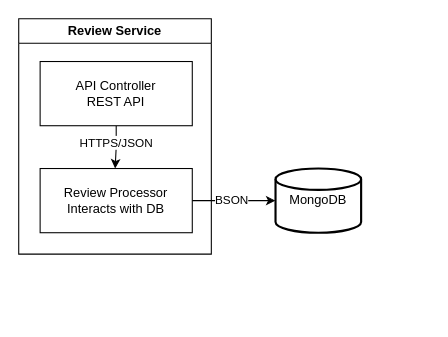
Earlier version of the draw.io diagram page "Review" (7 of 11) of ABC C1.drawio (IlyaMoskva/diagrams). Source tidied: cells renumbered, new cells numbered last; positions are measured from the earlier drawing's top-left corner, leaving out a move shared by most shapes. Both pictures are drawn from the tidied source at 107%, with x=0, y=0 at pixel (18, 18).
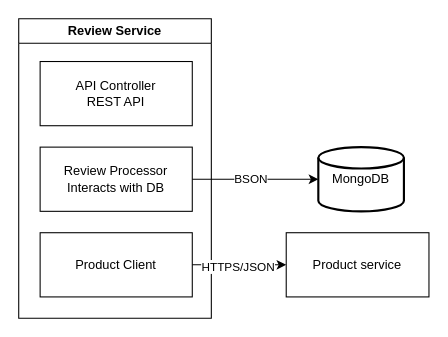
After the change.

Diff of the diagram source:
```diff
@@
 <mxGraphModel>
   <root>
     <mxCell id="0" />
     <mxCell id="1" parent="0" />
     <mxCell id="2" value="Review Service" style="swimlane;whiteSpace=wrap;html=1;" parent="1" vertex="1">
-      <mxGeometry width="180" height="220" as="geometry" />
+      <mxGeometry width="180" height="280" as="geometry" />
     </mxCell>
-    <mxCell id="3" style="edgeStyle=orthogonalEdgeStyle;rounded=0;jettySize=auto;html=1;" parent="2" edge="1" source="5">
-      <mxGeometry relative="1" as="geometry">
-        <mxPoint x="90.1" y="140" as="targetPoint" />
-      </mxGeometry>
-    </mxCell>
-    <mxCell id="4" value="HTTPS/JSON" style="edgeLabel;html=1;align=center;verticalAlign=middle;" parent="3" vertex="1">
-      <mxGeometry x="-0.25" y="-1" relative="1" as="geometry" />
-    </mxCell>
     <mxCell id="5" value="&lt;div&gt;API Controller&lt;/div&gt;&lt;div&gt;REST API&lt;/div&gt;" style="whiteSpace=wrap;html=1;" parent="2" vertex="1">
       <mxGeometry x="20" y="40" width="142.2" height="60" as="geometry" />
     </mxCell>
-    <mxCell id="6" value="Review Processor&lt;div&gt;Interacts with DB&lt;/div&gt;" style="whiteSpace=wrap;html=1;" parent="2" vertex="1">
-      <mxGeometry x="20" y="140" width="142.2" height="60" as="geometry" />
+    <mxCell id="6" value="Review Processor&lt;div&gt;Interacts with DB&lt;/div&gt;" style="whiteSpace=wrap;html=1;" parent="1" vertex="1">
+      <mxGeometry x="20" y="120" width="142.2" height="60" as="geometry" />
     </mxCell>
+    <mxCell id="10" value="Product Client" style="whiteSpace=wrap;html=1;" parent="1" vertex="1">
+      <mxGeometry x="20" y="200" width="142.2" height="60" as="geometry" />
+    </mxCell>
+    <mxCell id="11" value="Product service" style="whiteSpace=wrap;html=1;" parent="1" vertex="1">
+      <mxGeometry x="250" y="200" width="133.4" height="60" as="geometry" />
+    </mxCell>
+    <mxCell id="12" style="edgeStyle=orthogonalEdgeStyle;rounded=0;jettySize=auto;html=1;" parent="1" edge="1" source="10" target="11">
+      <mxGeometry relative="1" as="geometry" />
+    </mxCell>
+    <mxCell id="4" value="HTTPS/JSON" style="edgeLabel;html=1;align=center;verticalAlign=middle;" parent="12" vertex="1">
+      <mxGeometry x="-0.05" y="-1" relative="1" as="geometry" />
+    </mxCell>
     <mxCell id="7" value="MongoDB" style="strokeWidth=2;html=1;shape=mxgraph.flowchart.database;whiteSpace=wrap;" parent="1" vertex="1">
-      <mxGeometry x="240" y="140" width="80" height="60" as="geometry" />
+      <mxGeometry x="280" y="120" width="80" height="60" as="geometry" />
     </mxCell>
     <mxCell id="8" style="edgeStyle=orthogonalEdgeStyle;rounded=0;jettySize=auto;html=1;entryX=0;entryY=0.5;entryDx=0;entryDy=0;entryPerimeter=0;" parent="1" edge="1" source="6" target="7">
       <mxGeometry relative="1" as="geometry" />
     </mxCell>
     <mxCell id="9" value="BSON" style="edgeLabel;html=1;align=center;verticalAlign=middle;" parent="8" vertex="1">
       <mxGeometry x="-0.08" y="1" relative="1" as="geometry" />
     </mxCell>
   </root>
 </mxGraphModel>
```
